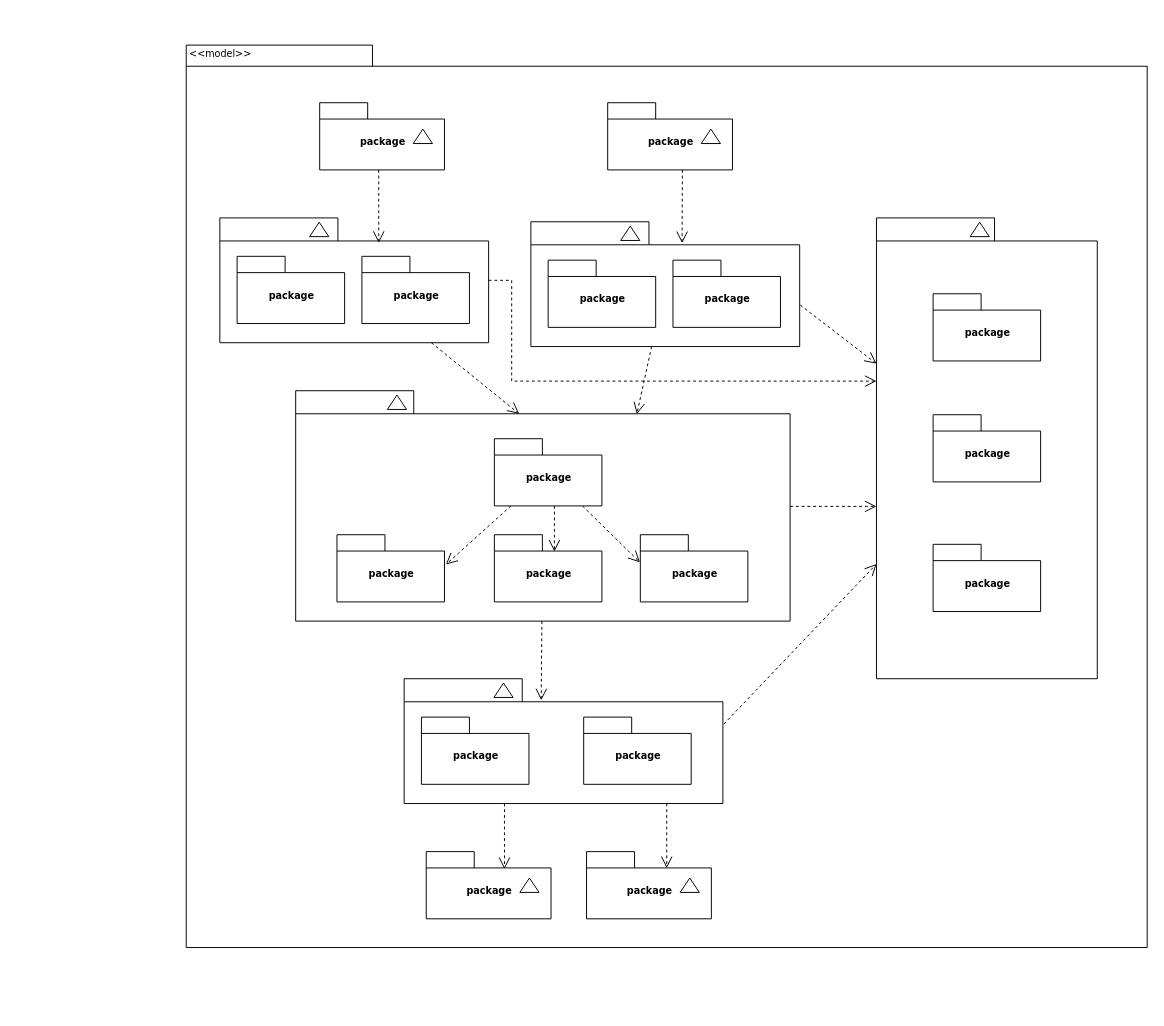
Above: Untitled Diagram.drawio in jinsong07/pbc (draw.io), before the change. Source tidied: cells renumbered, new cells numbered last; positions are measured from the earlier drawing's top-left corner, leaving out a move shared by most shapes. Both pictures are drawn from the tidied source at 96%, with x=0, y=0 at pixel (185, 44).
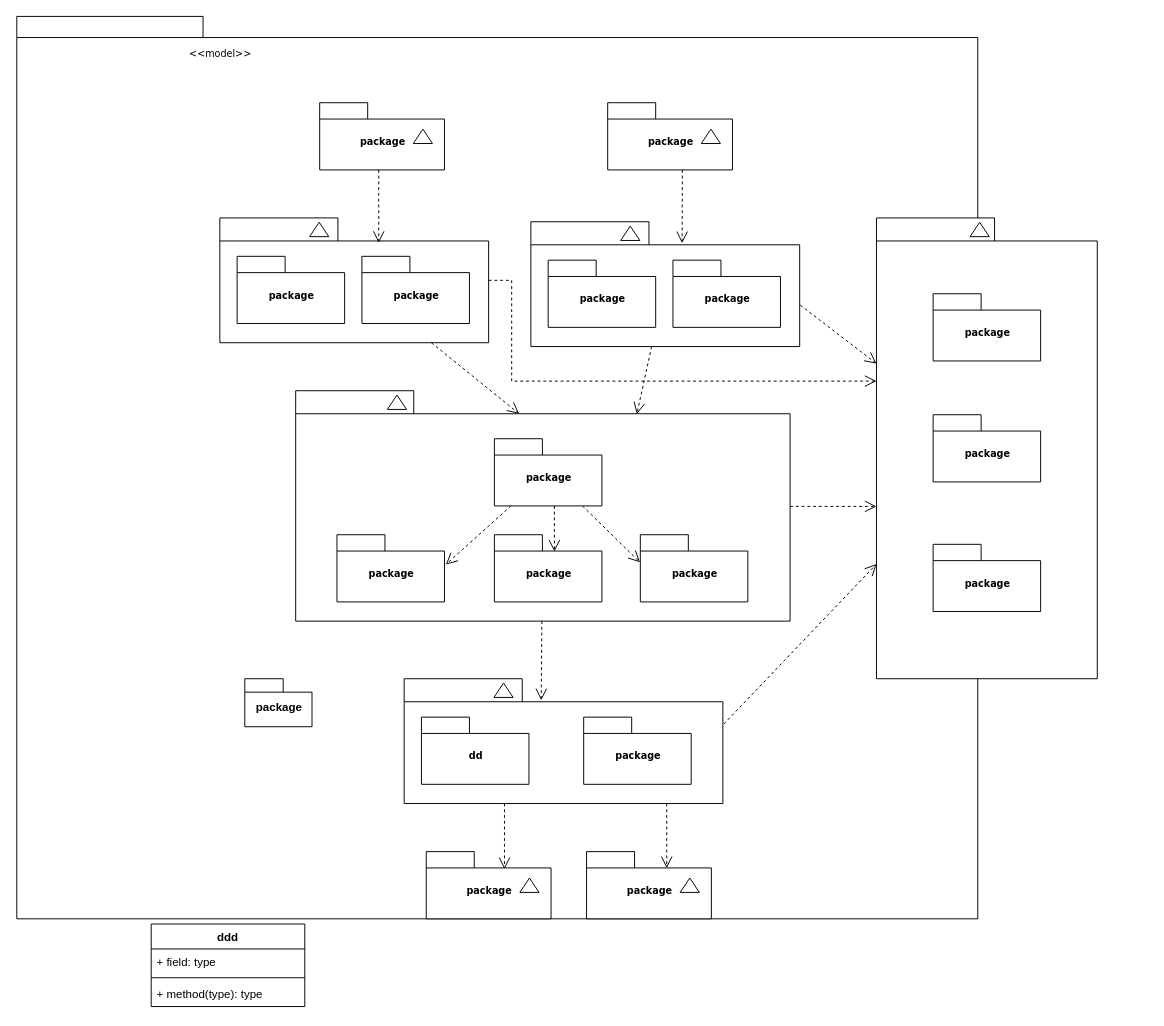
The same page after the edit.

Diff of the diagram source:
```diff
@@
     <mxCell id="2" style="shape=folder;fontStyle=1;spacingTop=10;tabWidth=194;tabHeight=22;tabPosition=left;html=1;rounded=0;shadow=0;comic=0;labelBackgroundColor=none;strokeWidth=1;fillColor=none;fontFamily=Verdana;fontSize=10;align=center;" parent="1" vertex="1">
-      <mxGeometry x="0.5" y="0.5" width="1001" height="940" as="geometry" />
+      <mxGeometry x="-176" y="-29.4" width="1001" height="940" as="geometry" />
     </mxCell>
@@
-    <mxCell id="41" value="package" style="shape=folder;fontStyle=1;spacingTop=10;tabWidth=50;tabHeight=17;tabPosition=left;html=1;rounded=0;shadow=0;comic=0;labelBackgroundColor=none;strokeWidth=1;fontFamily=Verdana;fontSize=10;align=center;" parent="1" vertex="1">
+    <mxCell id="41" value="dd" style="shape=folder;fontStyle=1;spacingTop=10;tabWidth=50;tabHeight=17;tabPosition=left;html=1;rounded=0;shadow=0;comic=0;labelBackgroundColor=none;strokeWidth=1;fontFamily=Verdana;fontSize=10;align=center;" parent="1" vertex="1">
       <mxGeometry x="245.5" y="700.5" width="112" height="70" as="geometry" />
     </mxCell>
@@
+    <mxCell id="57" value="ddd" style="swimlane;fontStyle=1;align=center;verticalAlign=top;horizontal=1;startSize=26;" parent="1" vertex="1">
+      <mxGeometry x="-36" y="916" width="160" height="86" as="geometry" />
+    </mxCell>
+    <mxCell id="58" value="+ field: type" style="text;strokeColor=none;fillColor=none;align=left;verticalAlign=top;spacingLeft=4;spacingRight=4;overflow=hidden;" parent="57" vertex="1">
+      <mxGeometry y="26" width="160" height="26" as="geometry" />
+    </mxCell>
+    <mxCell id="59" style="line;strokeWidth=1;fillColor=none;align=left;verticalAlign=middle;spacingTop=-1;spacingLeft=3;spacingRight=3;labelPosition=right;" parent="57" vertex="1">
+      <mxGeometry y="52" width="160" height="8" as="geometry" />
+    </mxCell>
+    <mxCell id="60" value="+ method(type): type" style="text;strokeColor=none;fillColor=none;align=left;verticalAlign=top;spacingLeft=4;spacingRight=4;overflow=hidden;" parent="57" vertex="1">
+      <mxGeometry y="60" width="160" height="26" as="geometry" />
+    </mxCell>
+    <mxCell id="61" value="package" style="shape=folder;fontStyle=1;spacingTop=10;tabWidth=40;tabHeight=14;tabPosition=left;html=1;" parent="1" vertex="1">
+      <mxGeometry x="61.5" y="660.5" width="70" height="50" as="geometry" />
+    </mxCell>
```
